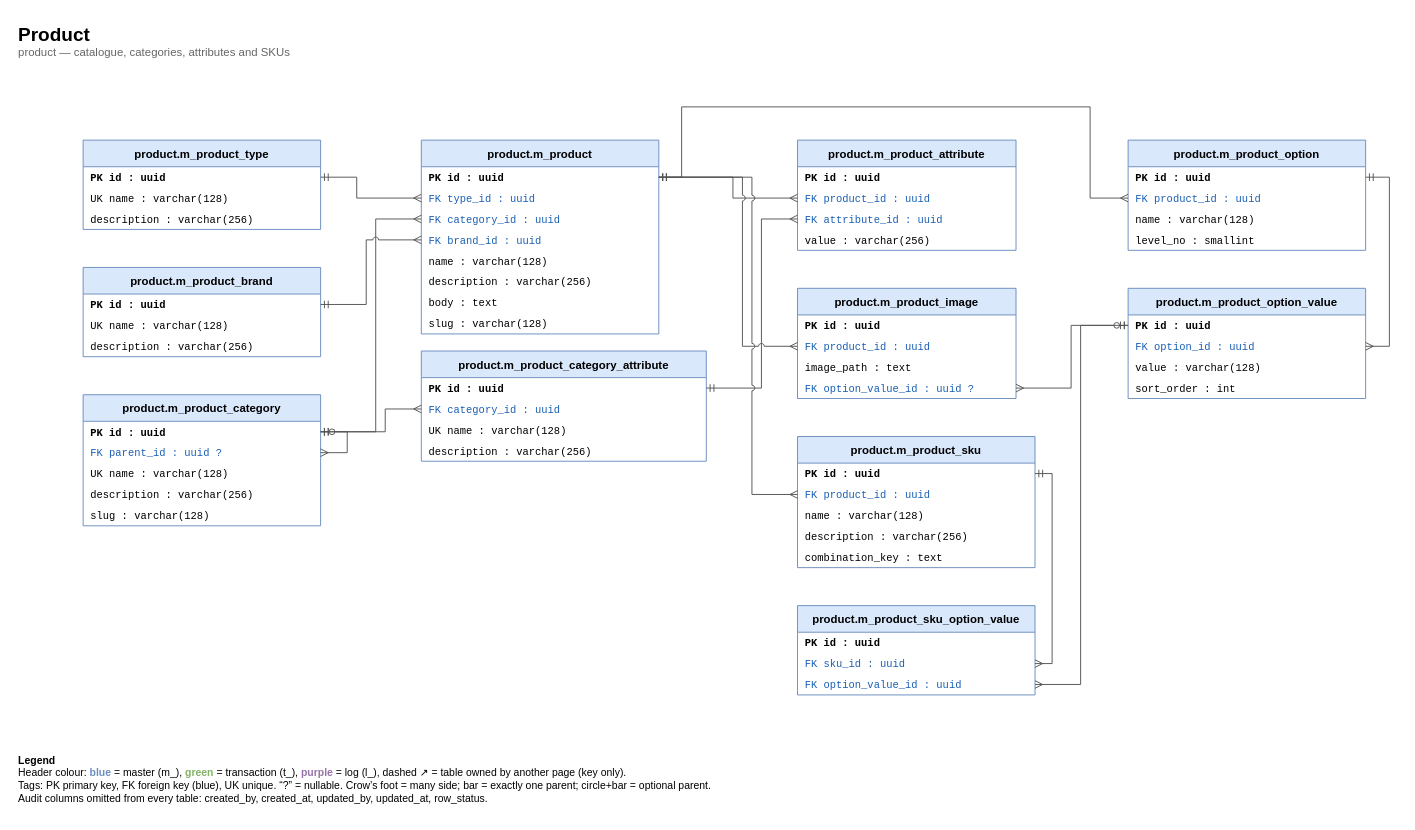
This is page "3 Product" (4 of 8) of e-commerce/db/er-diagram.drawio from ittikornsopawan/system-analysis-and-design, a draw.io file, before an edit. Source tidied: cells renumbered, new cells numbered last; positions are measured from the earlier drawing's top-left corner, leaving out a move shared by most shapes. Both pictures are drawn from the tidied source at 95%, with x=0, y=0 at pixel (16, 16).
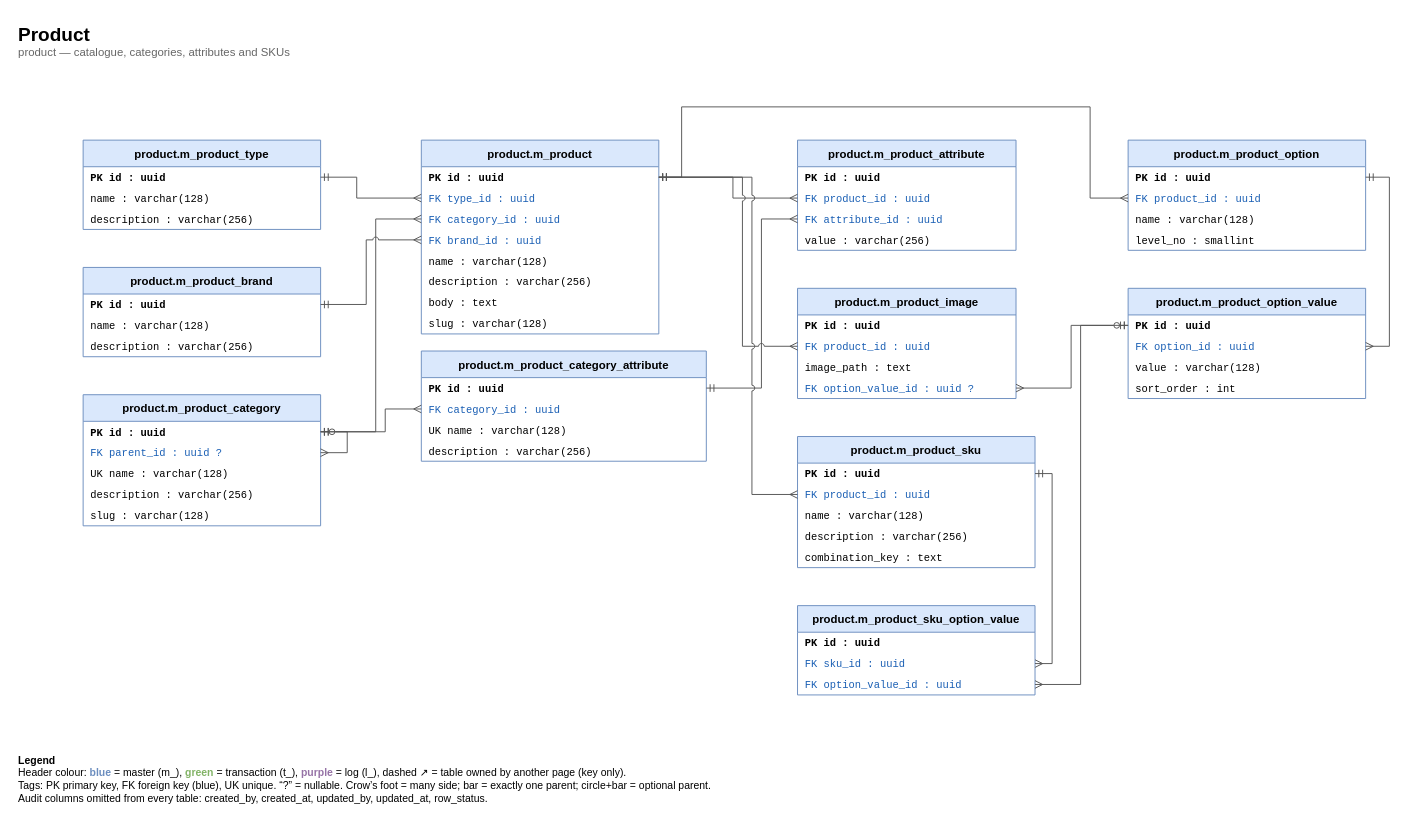
The same page after the edit.

The change refers to these unchanged cells:
```xml
<mxCell id="3" value="product.m_product_type" style="swimlane;fontStyle=1;horizontal=1;startSize=28;fillColor=#dae8fc;strokeColor=#6c8ebf;swimlaneFillColor=#ffffff;fontSize=12;" parent="1" vertex="1">
  <mxGeometry x="70" y="130" width="250" height="94" as="geometry" />
</mxCell>
<mxCell id="7" value="product.m_product_brand" style="swimlane;fontStyle=1;horizontal=1;startSize=28;fillColor=#dae8fc;strokeColor=#6c8ebf;swimlaneFillColor=#ffffff;fontSize=12;" parent="1" vertex="1">
  <mxGeometry x="70" y="264" width="250" height="94" as="geometry" />
</mxCell>
```

Change to the diagram source:
```diff
@@
-    <mxCell id="5" value="UK    name : varchar(128)" style="text;html=0;strokeColor=none;fillColor=none;align=left;verticalAlign=middle;spacingLeft=6;spacingRight=4;overflow=hidden;whiteSpace=nowrap;fontFamily=Courier New;fontSize=11;" parent="3" vertex="1">
+    <mxCell id="5" value="      name : varchar(128)" style="text;html=0;strokeColor=none;fillColor=none;align=left;verticalAlign=middle;spacingLeft=6;spacingRight=4;overflow=hidden;whiteSpace=nowrap;fontFamily=Courier New;fontSize=11;" parent="3" vertex="1">
       <mxGeometry y="50" width="250" height="22" as="geometry" />
     </mxCell>
@@
-    <mxCell id="9" value="UK    name : varchar(128)" style="text;html=0;strokeColor=none;fillColor=none;align=left;verticalAlign=middle;spacingLeft=6;spacingRight=4;overflow=hidden;whiteSpace=nowrap;fontFamily=Courier New;fontSize=11;" parent="7" vertex="1">
+    <mxCell id="9" value="      name : varchar(128)" style="text;html=0;strokeColor=none;fillColor=none;align=left;verticalAlign=middle;spacingLeft=6;spacingRight=4;overflow=hidden;whiteSpace=nowrap;fontFamily=Courier New;fontSize=11;" parent="7" vertex="1">
       <mxGeometry y="50" width="250" height="22" as="geometry" />
     </mxCell>
```
